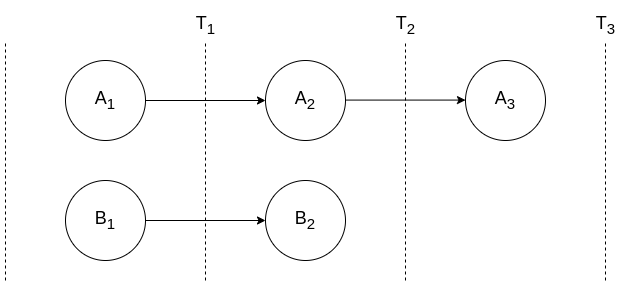
Above: docs/images/join-A-to-B.png in orbitdb-archive/orbit-db-nextgen (draw.io), before the change. Source tidied: cells renumbered, new cells last; positions are measured from the earlier drawing's top-left corner, leaving out a move shared by most shapes.
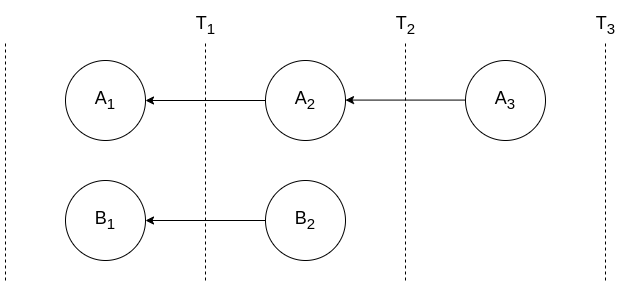
The same diagram one commit later.

Change to the diagram source:
```diff
@@ -8,7 +8,7 @@
     <mxCell id="3" value="&lt;font style=&quot;font-size: 18px;&quot;&gt;B&lt;sub&gt;2&lt;/sub&gt;&lt;/font&gt;" style="ellipse;whiteSpace=wrap;html=1;" parent="1" vertex="1">
       <mxGeometry x="260" y="175" width="80" height="80" as="geometry" />
     </mxCell>
-    <mxCell id="4" style="endArrow=classic;html=1;rounded=0;exitX=1;exitY=0.5;exitDx=0;exitDy=0;entryX=0;entryY=0.5;entryDx=0;entryDy=0;" parent="1" edge="1" source="2" target="3">
+    <mxCell id="4" style="endArrow=classic;html=1;rounded=0;exitX=0;exitY=0.5;exitDx=0;exitDy=0;entryX=1;entryY=0.5;entryDx=0;entryDy=0;" parent="1" edge="1" source="3" target="2">
       <mxGeometry relative="1" as="geometry" />
     </mxCell>
     <mxCell id="5" style="endArrow=none;dashed=1;html=1;rounded=0;" parent="1" edge="1">
@@ -50,7 +50,7 @@
     <mxCell id="13" value="&lt;font style=&quot;font-size: 18px;&quot;&gt;A&lt;sub&gt;2&lt;/sub&gt;&lt;/font&gt;" style="ellipse;whiteSpace=wrap;html=1;" parent="1" vertex="1">
       <mxGeometry x="260" y="55" width="80" height="80" as="geometry" />
     </mxCell>
-    <mxCell id="14" style="endArrow=classic;html=1;rounded=0;exitX=1;exitY=0.5;exitDx=0;exitDy=0;entryX=0;entryY=0.5;entryDx=0;entryDy=0;" parent="1" edge="1" source="12" target="13">
+    <mxCell id="14" style="endArrow=classic;html=1;rounded=0;exitX=0;exitY=0.5;exitDx=0;exitDy=0;entryX=1;entryY=0.5;entryDx=0;entryDy=0;" parent="1" edge="1" source="13" target="12">
       <mxGeometry relative="1" as="geometry" />
     </mxCell>
     <mxCell id="15" value="&lt;font style=&quot;font-size: 18px;&quot;&gt;A&lt;sub&gt;3&lt;/sub&gt;&lt;/font&gt;" style="ellipse;whiteSpace=wrap;html=1;" parent="1" vertex="1">
@@ -58,8 +58,8 @@
     </mxCell>
     <mxCell id="16" style="endArrow=classic;html=1;rounded=0;exitX=1;exitY=0.5;exitDx=0;exitDy=0;entryX=0;entryY=0.5;entryDx=0;entryDy=0;" parent="1" edge="1">
       <mxGeometry relative="1" as="geometry">
-        <mxPoint x="340" y="94.6" as="sourcePoint" />
-        <mxPoint x="460" y="94.6" as="targetPoint" />
+        <mxPoint x="460" y="94.6" as="sourcePoint" />
+        <mxPoint x="340" y="94.6" as="targetPoint" />
       </mxGeometry>
     </mxCell>
   </root>
```
